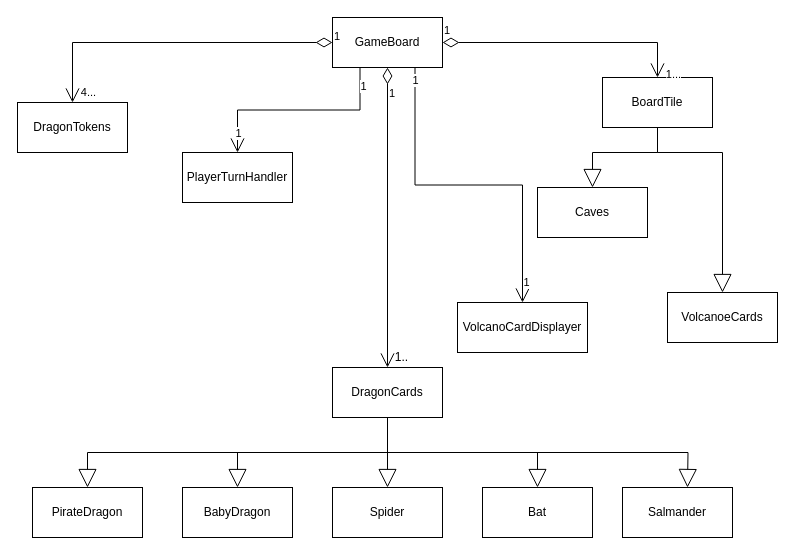
The draw.io diagram page "Page-1" (1 of 2) of Project/Sprint2/docs/FieryDragonClassDiagram.drawio in FahadAssadi/FieryDragons, before the edit. Source tidied: cells renumbered, new cells numbered last; positions are measured from the earlier drawing's top-left corner, leaving out a move shared by most shapes. Both pictures are drawn from the tidied source at 100%, with x=0, y=0 at pixel (17, 17).
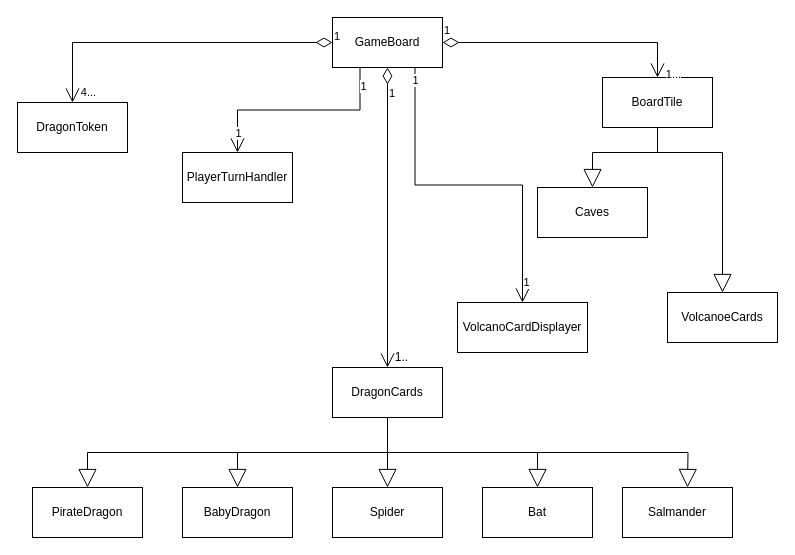
The same page after the edit.

The edit, as a diff of the source:
```diff
@@
-    <mxCell id="2" value="DragonTokens" style="html=1;whiteSpace=wrap;" parent="1" vertex="1">
+    <mxCell id="2" value="DragonToken" style="html=1;whiteSpace=wrap;" parent="1" vertex="1">
       <mxGeometry y="85" width="110" height="50" as="geometry" />
     </mxCell>
```
